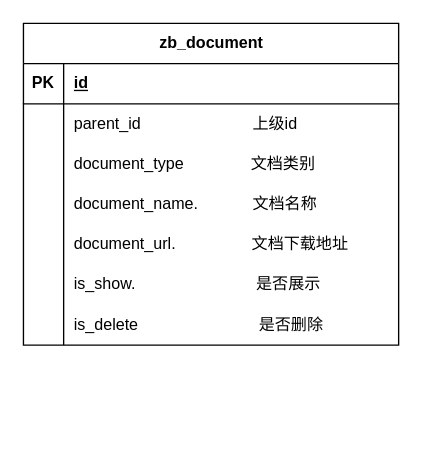
This is 文档管理.drawio from yskccr/diagrams, a draw.io file, before an edit. Source tidied: cells renumbered, new cells numbered last; positions are measured from the earlier drawing's top-left corner, leaving out a move shared by most shapes. Both pictures are drawn from the tidied source at 134%, with x=0, y=0 at pixel (23, 23).
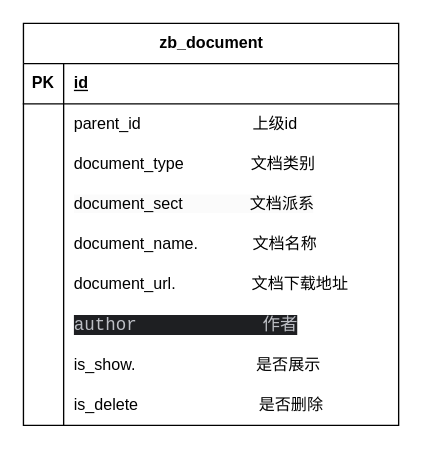
Above is the later version.

Commit message (it also covers changes not shown here):
更新文档管理.drawio

Diff of the diagram source:
```diff
@@
     <mxCell id="2" value="&lt;div style=&quot;text-align: left;&quot;&gt;&lt;span style=&quot;background-color: initial;&quot;&gt;zb_document&lt;/span&gt;&lt;/div&gt;" style="shape=table;startSize=30;childLayout=tableLayout;rowLines=0;fontStyle=1;align=center;html=1;" parent="1" vertex="1">
-      <mxGeometry width="280" height="240" as="geometry" />
+      <mxGeometry width="280" height="300" as="geometry" />
     </mxCell>
@@
+    <mxCell id="24" style="shape=tableRow;horizontal=0;startSize=0;swimlaneHead=0;swimlaneBody=0;fillColor=none;top=0;left=0;right=0;bottom=0;" parent="2" vertex="1">
+      <mxGeometry y="120" width="280" height="30" as="geometry" />
+    </mxCell>
+    <mxCell id="25" style="shape=partialRectangle;fillColor=none;top=0;left=0;bottom=0;right=0;overflow=hidden;whiteSpace=wrap;html=1;" parent="24" vertex="1">
+      <mxGeometry width="30" height="30" as="geometry" />
+    </mxCell>
+    <mxCell id="26" value="&lt;span style=&quot;color: rgb(0, 0, 0); font-family: Helvetica; font-size: 12px; font-style: normal; font-variant-ligatures: normal; font-variant-caps: normal; font-weight: 400; letter-spacing: normal; orphans: 2; text-align: left; text-indent: 0px; text-transform: none; widows: 2; word-spacing: 0px; -webkit-text-stroke-width: 0px; background-color: rgb(251, 251, 251); text-decoration-thickness: initial; text-decoration-style: initial; text-decoration-color: initial; float: none; display: inline !important;&quot;&gt;document_sect&amp;nbsp; &amp;nbsp; &amp;nbsp; &amp;nbsp; &amp;nbsp; &amp;nbsp; &amp;nbsp; &amp;nbsp;文档派系&lt;/span&gt;" style="shape=partialRectangle;fillColor=none;top=0;left=0;bottom=0;right=0;align=left;spacingLeft=6;overflow=hidden;whiteSpace=wrap;html=1;" parent="24" vertex="1">
+      <mxGeometry x="30" width="250" height="30" as="geometry" />
+    </mxCell>
     <mxCell id="12" style="shape=tableRow;horizontal=0;startSize=0;swimlaneHead=0;swimlaneBody=0;fillColor=none;top=0;left=0;right=0;bottom=0;" parent="2" vertex="1">
-      <mxGeometry y="120" width="280" height="30" as="geometry" />
+      <mxGeometry y="150" width="280" height="30" as="geometry" />
     </mxCell>
@@
     <mxCell id="15" style="shape=tableRow;horizontal=0;startSize=0;swimlaneHead=0;swimlaneBody=0;fillColor=none;top=0;left=0;right=0;bottom=0;" parent="2" vertex="1">
-      <mxGeometry y="150" width="280" height="30" as="geometry" />
+      <mxGeometry y="180" width="280" height="30" as="geometry" />
     </mxCell>
@@
+    <mxCell id="27" style="shape=tableRow;horizontal=0;startSize=0;swimlaneHead=0;swimlaneBody=0;fillColor=none;top=0;left=0;right=0;bottom=0;" parent="2" vertex="1">
+      <mxGeometry y="210" width="280" height="30" as="geometry" />
+    </mxCell>
+    <mxCell id="28" style="shape=partialRectangle;fillColor=none;top=0;left=0;bottom=0;right=0;overflow=hidden;whiteSpace=wrap;html=1;" parent="27" vertex="1">
+      <mxGeometry width="30" height="30" as="geometry" />
+    </mxCell>
+    <mxCell id="29" value="&lt;div style=&quot;background-color: rgb(30, 31, 34); color: rgb(188, 190, 196); font-family: &amp;quot;JetBrains Mono&amp;quot;, monospace; font-size: 9.8pt;&quot;&gt;author&amp;nbsp; &amp;nbsp; &amp;nbsp; &amp;nbsp; &amp;nbsp; &amp;nbsp; 作者&lt;/div&gt;" style="shape=partialRectangle;fillColor=none;top=0;left=0;bottom=0;right=0;align=left;spacingLeft=6;overflow=hidden;whiteSpace=wrap;html=1;" parent="27" vertex="1">
+      <mxGeometry x="30" width="250" height="30" as="geometry" />
+    </mxCell>
     <mxCell id="18" style="shape=tableRow;horizontal=0;startSize=0;swimlaneHead=0;swimlaneBody=0;fillColor=none;top=0;left=0;right=0;bottom=0;" parent="2" vertex="1">
-      <mxGeometry y="180" width="280" height="30" as="geometry" />
+      <mxGeometry y="240" width="280" height="30" as="geometry" />
     </mxCell>
@@
     <mxCell id="21" style="shape=tableRow;horizontal=0;startSize=0;swimlaneHead=0;swimlaneBody=0;fillColor=none;top=0;left=0;right=0;bottom=0;" parent="2" vertex="1">
-      <mxGeometry y="210" width="280" height="30" as="geometry" />
+      <mxGeometry y="270" width="280" height="30" as="geometry" />
     </mxCell>
```
